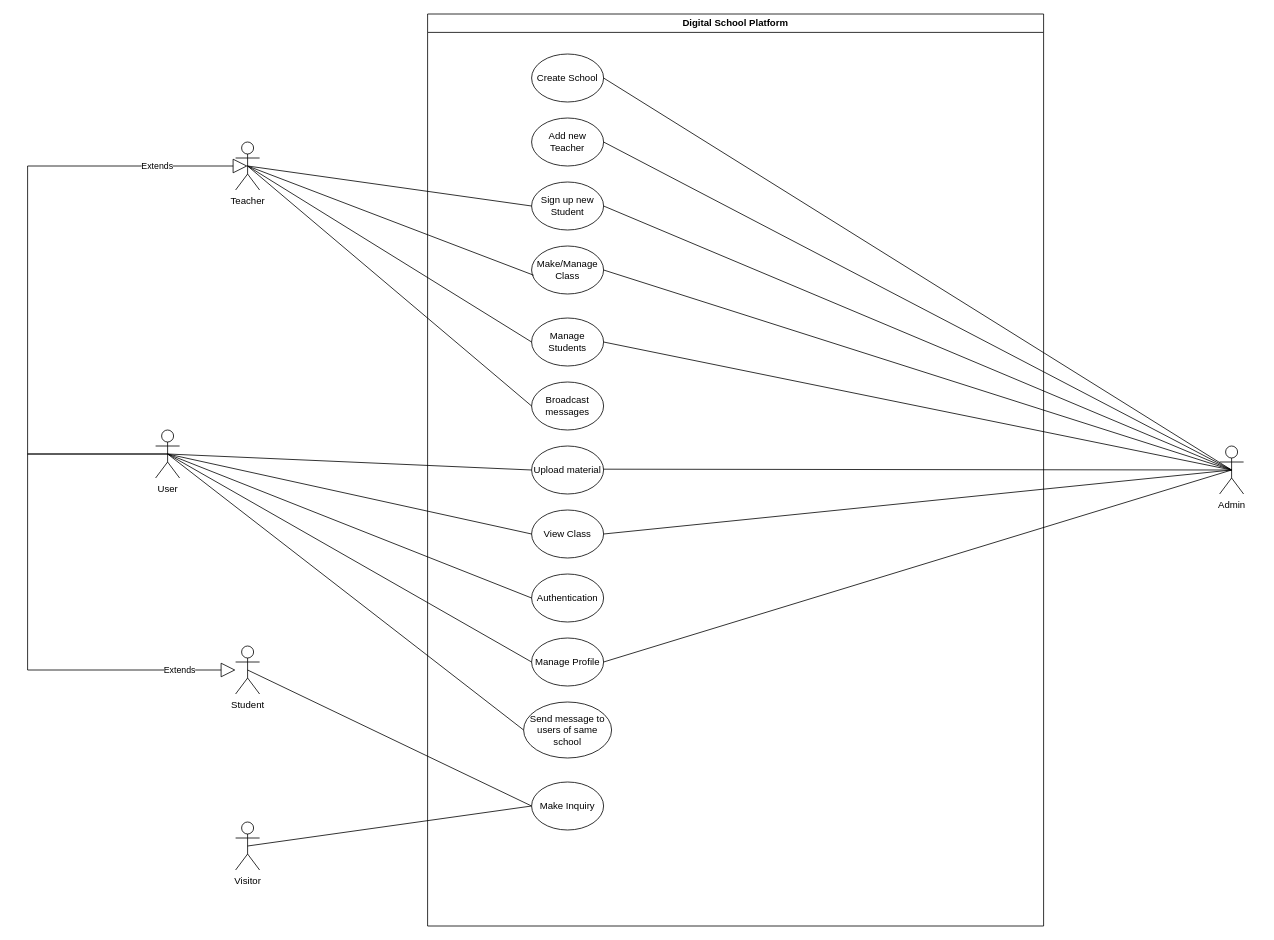
The draw.io diagram docs/assets/Use Case.drawio in akshayvijaynair/music-academy-docs, before the edit. Source tidied: cells renumbered, new cells numbered last; positions are measured from the earlier drawing's top-left corner, leaving out a move shared by most shapes. Both pictures are drawn from the tidied source at 80%, with x=0, y=0 at pixel (27, 14).
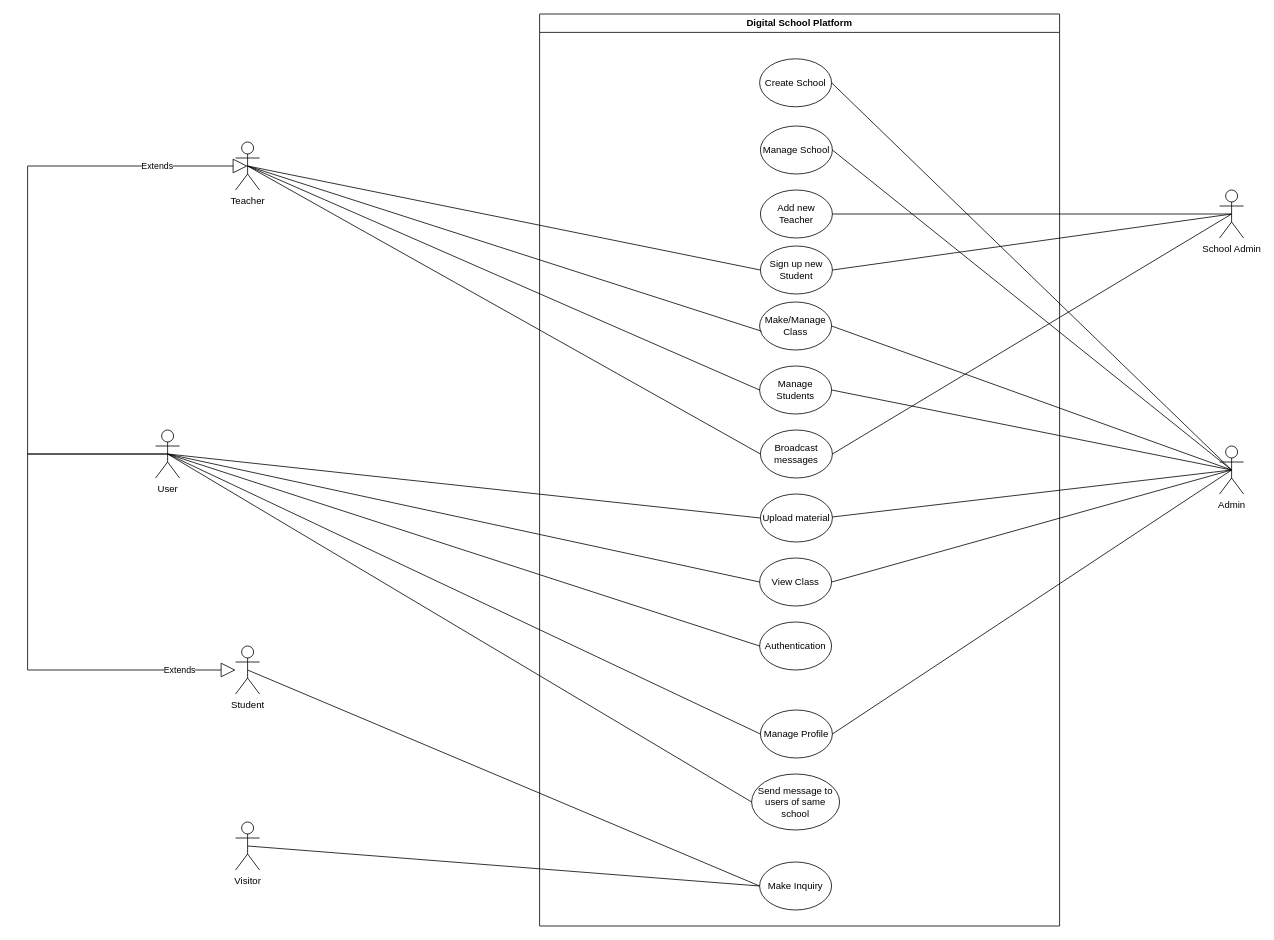
After the change.

Commit message:
feat(usecase): added new user type

The change refers to these unchanged cells:
```xml
<mxCell id="2" value="Admin" style="shape=umlActor;verticalLabelPosition=bottom;verticalAlign=top;html=1;outlineConnect=0;" parent="1" vertex="1">
  <mxGeometry x="1490" y="540" width="30" height="60" as="geometry" />
</mxCell>
```

Diff of the diagram source:
```diff
@@
-    <mxCell id="6" style="endArrow=none;html=1;rounded=0;exitX=0.5;exitY=0.5;exitDx=0;exitDy=0;exitPerimeter=0;entryX=1;entryY=0.5;entryDx=0;entryDy=0;" parent="1" edge="1" source="2" target="20">
+    <mxCell id="6" style="endArrow=none;html=1;rounded=0;entryX=1;entryY=0.5;entryDx=0;entryDy=0;exitX=0.5;exitY=0.5;exitDx=0;exitDy=0;exitPerimeter=0;" parent="1" edge="1" source="42" target="20">
       <mxGeometry relative="1" as="geometry" />
     </mxCell>
@@
-    <mxCell id="13" style="endArrow=none;html=1;rounded=0;exitX=0.5;exitY=0.5;exitDx=0;exitDy=0;exitPerimeter=0;entryX=1;entryY=0.5;entryDx=0;entryDy=0;" parent="1" edge="1" source="2" target="21">
+    <mxCell id="13" style="endArrow=none;html=1;rounded=0;exitX=0.5;exitY=0.5;exitDx=0;exitDy=0;exitPerimeter=0;entryX=1;entryY=0.5;entryDx=0;entryDy=0;" parent="1" edge="1" source="42" target="21">
       <mxGeometry relative="1" as="geometry" />
     </mxCell>
@@
     <mxCell id="17" value="Digital School Platform" style="swimlane;whiteSpace=wrap;html=1;" parent="1" vertex="1">
-      <mxGeometry x="500" width="770" height="1140" as="geometry" />
+      <mxGeometry x="640" width="650" height="1140" as="geometry" />
     </mxCell>
     <mxCell id="18" value="Make Inquiry" style="ellipse;whiteSpace=wrap;html=1;" parent="17" vertex="1">
-      <mxGeometry x="130" y="960" width="90" height="60" as="geometry" />
+      <mxGeometry x="275" y="1060" width="90" height="60" as="geometry" />
     </mxCell>
     <mxCell id="19" value="Authentication" style="ellipse;whiteSpace=wrap;html=1;" parent="17" vertex="1">
-      <mxGeometry x="130" y="700" width="90" height="60" as="geometry" />
+      <mxGeometry x="275" y="760" width="90" height="60" as="geometry" />
     </mxCell>
     <mxCell id="20" value="Sign up new Student" style="ellipse;whiteSpace=wrap;html=1;" parent="17" vertex="1">
-      <mxGeometry x="130" y="210" width="90" height="60" as="geometry" />
+      <mxGeometry x="276" y="290" width="90" height="60" as="geometry" />
     </mxCell>
     <mxCell id="21" value="Add new Teacher" style="ellipse;whiteSpace=wrap;html=1;" parent="17" vertex="1">
-      <mxGeometry x="130" y="130" width="90" height="60" as="geometry" />
+      <mxGeometry x="276" y="220" width="90" height="60" as="geometry" />
     </mxCell>
     <mxCell id="22" value="Create School" style="ellipse;whiteSpace=wrap;html=1;" parent="17" vertex="1">
-      <mxGeometry x="130" y="50" width="90" height="60" as="geometry" />
+      <mxGeometry x="275" y="56" width="90" height="60" as="geometry" />
     </mxCell>
     <mxCell id="23" value="Make/Manage Class" style="ellipse;whiteSpace=wrap;html=1;" parent="17" vertex="1">
-      <mxGeometry x="130" y="290" width="90" height="60" as="geometry" />
+      <mxGeometry x="275" y="360" width="90" height="60" as="geometry" />
     </mxCell>
     <mxCell id="24" value="View Class" style="ellipse;whiteSpace=wrap;html=1;" parent="17" vertex="1">
-      <mxGeometry x="130" y="620" width="90" height="60" as="geometry" />
+      <mxGeometry x="275" y="680" width="90" height="60" as="geometry" />
     </mxCell>
     <mxCell id="25" value="Manage Profile" style="ellipse;whiteSpace=wrap;html=1;" parent="17" vertex="1">
-      <mxGeometry x="130" y="780" width="90" height="60" as="geometry" />
+      <mxGeometry x="276" y="870" width="90" height="60" as="geometry" />
     </mxCell>
     <mxCell id="26" value="Upload material" style="ellipse;whiteSpace=wrap;html=1;" parent="17" vertex="1">
-      <mxGeometry x="130" y="540" width="90" height="60" as="geometry" />
+      <mxGeometry x="276" y="600" width="90" height="60" as="geometry" />
     </mxCell>
     <mxCell id="27" value="Send message to users of same school" style="ellipse;whiteSpace=wrap;html=1;" parent="17" vertex="1">
-      <mxGeometry x="120" y="860" width="110" height="70" as="geometry" />
+      <mxGeometry x="265" y="950" width="110" height="70" as="geometry" />
     </mxCell>
     <mxCell id="28" value="Broadcast messages" style="ellipse;whiteSpace=wrap;html=1;" parent="17" vertex="1">
-      <mxGeometry x="130" y="460" width="90" height="60" as="geometry" />
+      <mxGeometry x="276" y="520" width="90" height="60" as="geometry" />
     </mxCell>
     <mxCell id="29" value="Manage Students" style="ellipse;whiteSpace=wrap;html=1;" parent="17" vertex="1">
-      <mxGeometry x="130" y="380" width="90" height="60" as="geometry" />
+      <mxGeometry x="275" y="440" width="90" height="60" as="geometry" />
     </mxCell>
+    <mxCell id="41" value="Manage School" style="ellipse;whiteSpace=wrap;html=1;" parent="17" vertex="1">
+      <mxGeometry x="276" y="140" width="90" height="60" as="geometry" />
+    </mxCell>
@@
+    <mxCell id="42" value="School Admin" style="shape=umlActor;verticalLabelPosition=bottom;verticalAlign=top;html=1;outlineConnect=0;" parent="1" vertex="1">
+      <mxGeometry x="1490" y="220" width="30" height="60" as="geometry" />
+    </mxCell>
+    <mxCell id="43" style="endArrow=none;html=1;rounded=0;exitX=0.5;exitY=0.5;exitDx=0;exitDy=0;exitPerimeter=0;entryX=1;entryY=0.5;entryDx=0;entryDy=0;" parent="1" edge="1" source="2" target="41">
+      <mxGeometry relative="1" as="geometry" />
+    </mxCell>
+    <mxCell id="44" style="endArrow=none;html=1;rounded=0;entryX=1;entryY=0.5;entryDx=0;entryDy=0;exitX=0.5;exitY=0.5;exitDx=0;exitDy=0;exitPerimeter=0;" parent="1" edge="1" source="42" target="28">
+      <mxGeometry relative="1" as="geometry" />
+    </mxCell>
```
